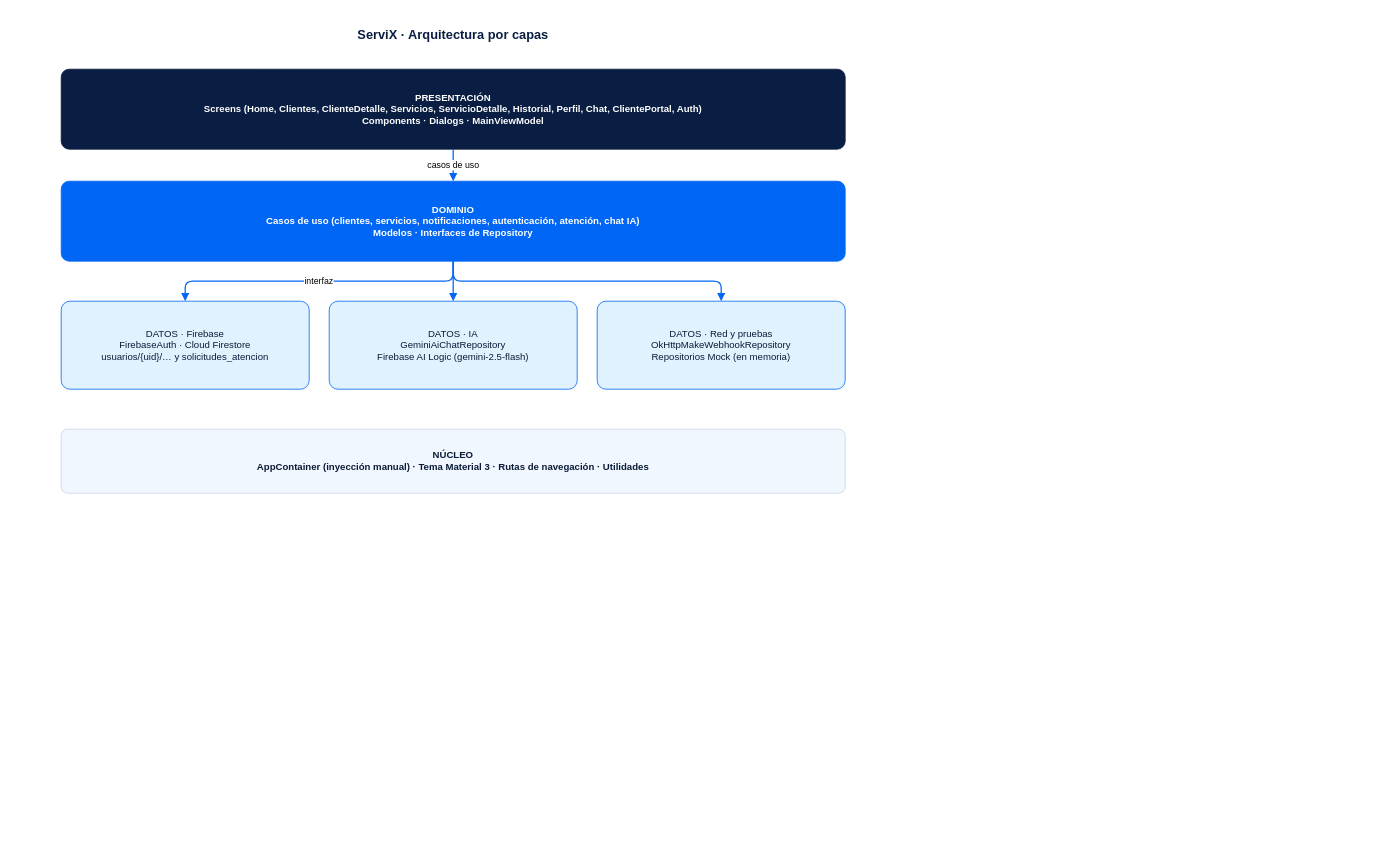
The draw.io diagram DOCUMENTACION_SERVIX/04_Arquitectura_Diagramas/Drawio/02_Arquitectura_Capas.drawio in JuanXD2201/ServiX, before the edit. Source tidied: cells renumbered, new cells numbered last; positions are measured from the earlier drawing's top-left corner, leaving out a move shared by most shapes. Both pictures are drawn from the tidied source at 80%, with x=0, y=0 at pixel (29, 21).
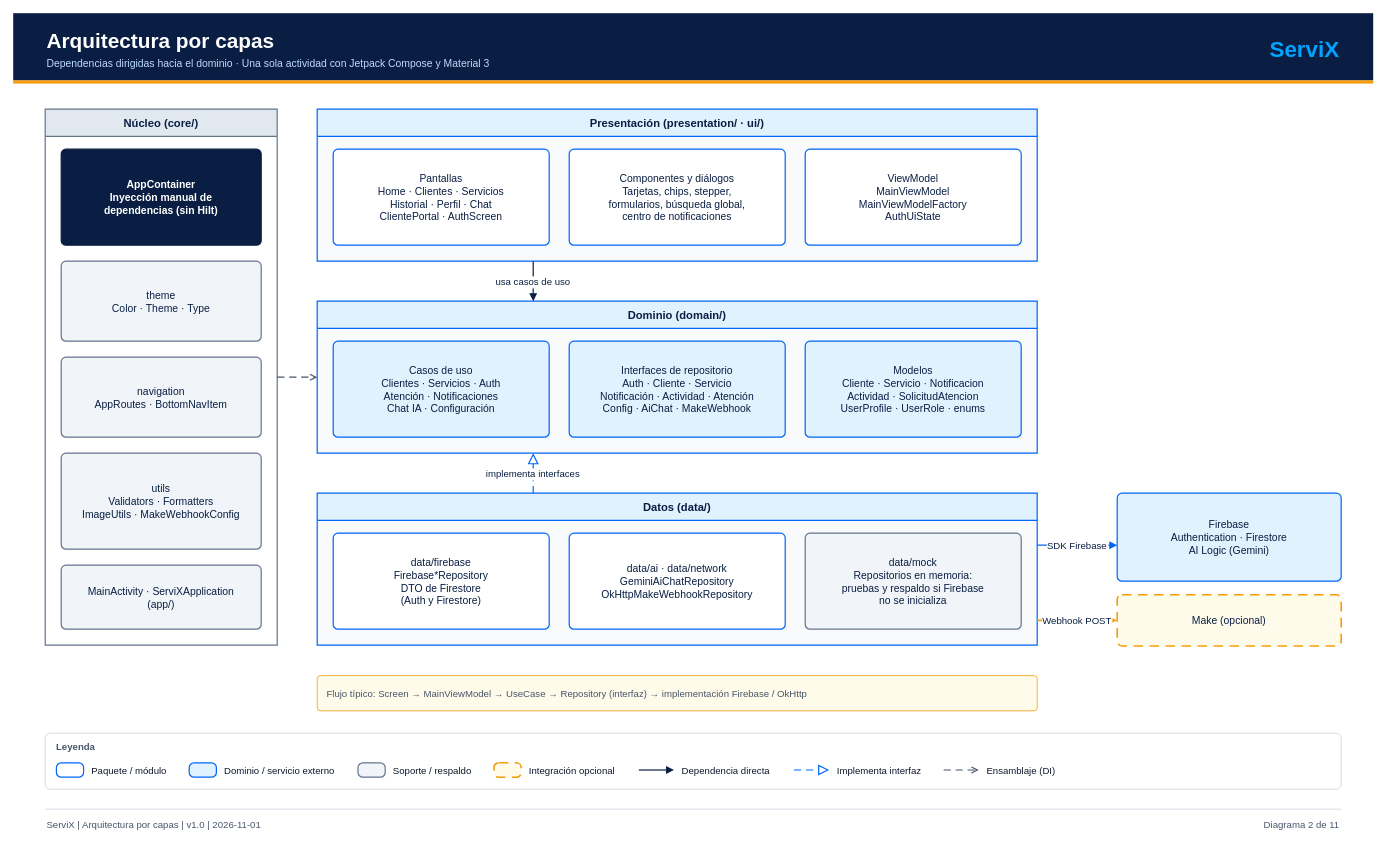
The same diagram, later.

Diff of the diagram source:
```diff
@@
-    <mxCell id="2" value="ServiX · Arquitectura por capas" style="rounded=0;whiteSpace=wrap;html=1;fillColor=#FFFFFF;strokeColor=#FFFFFF;fontColor=#091E42;fontSize=16;fontStyle=1;align=center;verticalAlign=middle;" parent="1" vertex="1">
-      <mxGeometry width="1060" height="34" as="geometry" />
-    </mxCell>
-    <mxCell id="3" value="PRESENTACIÓN&lt;br&gt;Screens (Home, Clientes, ClienteDetalle, Servicios, ServicioDetalle, Historial, Perfil, Chat, ClientePortal, Auth)&lt;br&gt;Components · Dialogs · MainViewModel" style="rounded=1;arcSize=10;whiteSpace=wrap;html=1;fillColor=#091E42;strokeColor=#091E42;fontColor=#FFFFFF;fontSize=12;fontStyle=1;align=center;verticalAlign=middle;" parent="1" vertex="1">
-      <mxGeometry x="40" y="60" width="980" height="100" as="geometry" />
-    </mxCell>
-    <mxCell id="4" value="DOMINIO&lt;br&gt;Casos de uso (clientes, servicios, notificaciones, autenticación, atención, chat IA)&lt;br&gt;Modelos · Interfaces de Repository" style="rounded=1;arcSize=10;whiteSpace=wrap;html=1;fillColor=#0066F5;strokeColor=#0066F5;fontColor=#FFFFFF;fontSize=12;fontStyle=1;align=center;verticalAlign=middle;" parent="1" vertex="1">
-      <mxGeometry x="40" y="200" width="980" height="100" as="geometry" />
-    </mxCell>
-    <mxCell id="5" value="DATOS · Firebase&lt;br&gt;FirebaseAuth · Cloud Firestore&lt;br&gt;usuarios/{uid}/… y solicitudes_atencion" style="rounded=1;arcSize=10;whiteSpace=wrap;html=1;fillColor=#E0F2FE;strokeColor=#0066F5;fontColor=#0B1B36;fontSize=12;fontStyle=0;align=center;verticalAlign=middle;" parent="1" vertex="1">
-      <mxGeometry x="40" y="350" width="310" height="110" as="geometry" />
-    </mxCell>
-    <mxCell id="6" value="DATOS · IA&lt;br&gt;GeminiAiChatRepository&lt;br&gt;Firebase AI Logic (gemini-2.5-flash)" style="rounded=1;arcSize=10;whiteSpace=wrap;html=1;fillColor=#E0F2FE;strokeColor=#0066F5;fontColor=#0B1B36;fontSize=12;fontStyle=0;align=center;verticalAlign=middle;" parent="1" vertex="1">
-      <mxGeometry x="375" y="350" width="310" height="110" as="geometry" />
-    </mxCell>
-    <mxCell id="7" value="DATOS · Red y pruebas&lt;br&gt;OkHttpMakeWebhookRepository&lt;br&gt;Repositorios Mock (en memoria)" style="rounded=1;arcSize=10;whiteSpace=wrap;html=1;fillColor=#E0F2FE;strokeColor=#0066F5;fontColor=#0B1B36;fontSize=12;fontStyle=0;align=center;verticalAlign=middle;" parent="1" vertex="1">
-      <mxGeometry x="710" y="350" width="310" height="110" as="geometry" />
-    </mxCell>
-    <mxCell id="8" value="NÚCLEO&lt;br&gt;AppContainer (inyección manual) · Tema Material 3 · Rutas de navegación · Utilidades" style="rounded=1;arcSize=10;whiteSpace=wrap;html=1;fillColor=#F0F7FF;strokeColor=#CBD5E1;fontColor=#0B1B36;fontSize=12;fontStyle=1;align=center;verticalAlign=middle;" parent="1" vertex="1">
-      <mxGeometry x="40" y="510" width="980" height="80" as="geometry" />
-    </mxCell>
-    <mxCell id="9" value="casos de uso" style="edgeStyle=orthogonalEdgeStyle;rounded=1;html=1;endArrow=block;strokeColor=#0066F5;strokeWidth=1.6;fontSize=11;" parent="1" edge="1" source="3" target="4">
-      <mxGeometry relative="1" as="geometry" />
-    </mxCell>
-    <mxCell id="10" value="interfaz" style="edgeStyle=orthogonalEdgeStyle;rounded=1;html=1;endArrow=block;strokeColor=#0066F5;strokeWidth=1.6;fontSize=11;" parent="1" edge="1" source="4" target="5">
-      <mxGeometry relative="1" as="geometry" />
-    </mxCell>
-    <mxCell id="11" style="edgeStyle=orthogonalEdgeStyle;rounded=1;html=1;endArrow=block;strokeColor=#0066F5;strokeWidth=1.6;fontSize=11;" parent="1" edge="1" source="4" target="6">
-      <mxGeometry relative="1" as="geometry" />
-    </mxCell>
-    <mxCell id="12" style="edgeStyle=orthogonalEdgeStyle;rounded=1;html=1;endArrow=block;strokeColor=#0066F5;strokeWidth=1.6;fontSize=11;" parent="1" edge="1" source="4" target="7">
-      <mxGeometry relative="1" as="geometry" />
-    </mxCell>
+    <mxCell id="13" style="fillColor=#091E42;strokeColor=none;" parent="1" vertex="1">
+      <mxGeometry x="-20" y="-10" width="1700" height="84" as="geometry" />
+    </mxCell>
+    <mxCell id="14" style="fillColor=#F59E0B;strokeColor=none;" parent="1" vertex="1">
+      <mxGeometry x="-20" y="74" width="1700" height="4" as="geometry" />
+    </mxCell>
+    <mxCell id="15" value="Arquitectura por capas" style="text;fontFamily=Arial;html=0;fontSize=26;align=left;verticalAlign=middle;fontColor=#FFFFFF;fontStyle=1;" parent="1" vertex="1">
+      <mxGeometry x="20" y="4" width="1400" height="36" as="geometry" />
+    </mxCell>
+    <mxCell id="16" value="Dependencias dirigidas hacia el dominio · Una sola actividad con Jetpack Compose y Material 3" style="text;fontFamily=Arial;html=0;fontSize=13;align=left;verticalAlign=middle;fontColor=#BFDBFE;" parent="1" vertex="1">
+      <mxGeometry x="20" y="40" width="1400" height="24" as="geometry" />
+    </mxCell>
+    <mxCell id="17" value="ServiX" style="text;fontFamily=Arial;html=0;fontSize=28;align=right;verticalAlign=middle;fontColor=#00A3FF;fontStyle=1;" parent="1" vertex="1">
+      <mxGeometry x="1440" y="12" width="200" height="40" as="geometry" />
+    </mxCell>
+    <mxCell id="18" style="shape=line;strokeColor=#CBD5E1;strokeWidth=1;" parent="1" vertex="1">
+      <mxGeometry x="20" y="984" width="1620" height="2" as="geometry" />
+    </mxCell>
+    <mxCell id="19" value="ServiX  |  Arquitectura por capas  |  v1.0  |  2026-11-01" style="text;fontFamily=Arial;html=0;fontSize=12;align=left;verticalAlign=middle;fontColor=#475569;" parent="1" vertex="1">
+      <mxGeometry x="20" y="990" width="1400" height="28" as="geometry" />
+    </mxCell>
+    <mxCell id="20" value="Diagrama 2 de 11" style="text;fontFamily=Arial;html=0;fontSize=12;align=right;verticalAlign=middle;fontColor=#475569;" parent="1" vertex="1">
+      <mxGeometry x="1440" y="990" width="200" height="28" as="geometry" />
+    </mxCell>
+    <mxCell id="21" value="Núcleo  (core/)" style="fontFamily=Arial;fontSize=13;html=0;fontColor=#091E42;swimlane;horizontal=1;startSize=34;fillColor=#E2E8F0;swimlaneFillColor=#FFFFFF;strokeColor=#64748B;strokeWidth=1.5;fontStyle=1;fontSize=14;" parent="1" vertex="1">
+      <mxGeometry x="20" y="110" width="290" height="670" as="geometry" />
+    </mxCell>
+    <mxCell id="22" value="AppContainer&#10;Inyección manual de&#10;dependencias (sin Hilt)" style="fontFamily=Arial;fontSize=13;html=0;fontColor=#091E42;rounded=1;absoluteArcSize=1;arcSize=12;fillColor=#091E42;strokeColor=#091E42;strokeWidth=1.5;fontColor=#FFFFFF;fontStyle=1;" parent="1" vertex="1">
+      <mxGeometry x="40" y="160" width="250" height="120" as="geometry" />
+    </mxCell>
+    <mxCell id="23" value="theme&#10;Color · Theme · Type" style="fontFamily=Arial;fontSize=13;html=0;fontColor=#091E42;rounded=1;absoluteArcSize=1;arcSize=12;fillColor=#F1F5F9;strokeColor=#64748B;strokeWidth=1.5;" parent="1" vertex="1">
+      <mxGeometry x="40" y="300" width="250" height="100" as="geometry" />
+    </mxCell>
+    <mxCell id="24" value="navigation&#10;AppRoutes · BottomNavItem" style="fontFamily=Arial;fontSize=13;html=0;fontColor=#091E42;rounded=1;absoluteArcSize=1;arcSize=12;fillColor=#F1F5F9;strokeColor=#64748B;strokeWidth=1.5;" parent="1" vertex="1">
+      <mxGeometry x="40" y="420" width="250" height="100" as="geometry" />
+    </mxCell>
+    <mxCell id="25" value="utils&#10;Validators · Formatters&#10;ImageUtils · MakeWebhookConfig" style="fontFamily=Arial;fontSize=13;html=0;fontColor=#091E42;rounded=1;absoluteArcSize=1;arcSize=12;fillColor=#F1F5F9;strokeColor=#64748B;strokeWidth=1.5;" parent="1" vertex="1">
+      <mxGeometry x="40" y="540" width="250" height="120" as="geometry" />
+    </mxCell>
+    <mxCell id="26" value="MainActivity · ServiXApplication&#10;(app/)" style="fontFamily=Arial;fontSize=13;html=0;fontColor=#091E42;rounded=1;absoluteArcSize=1;arcSize=12;fillColor=#F1F5F9;strokeColor=#64748B;strokeWidth=1.5;" parent="1" vertex="1">
+      <mxGeometry x="40" y="680" width="250" height="80" as="geometry" />
+    </mxCell>
+    <mxCell id="27" value="Presentación  (presentation/ · ui/)" style="fontFamily=Arial;fontSize=13;html=0;fontColor=#091E42;swimlane;horizontal=1;startSize=34;fillColor=#E0F2FE;swimlaneFillColor=#F8FAFC;strokeColor=#0066F5;strokeWidth=1.5;fontStyle=1;fontSize=14;" parent="1" vertex="1">
+      <mxGeometry x="360" y="110" width="900" height="190" as="geometry" />
+    </mxCell>
+    <mxCell id="28" value="Pantallas&#10;Home · Clientes · Servicios&#10;Historial · Perfil · Chat&#10;ClientePortal · AuthScreen" style="fontFamily=Arial;fontSize=13;html=0;fontColor=#091E42;rounded=1;absoluteArcSize=1;arcSize=12;fillColor=#FFFFFF;strokeColor=#0066F5;strokeWidth=1.5;" parent="27" vertex="1">
+      <mxGeometry x="20" y="50" width="270" height="120" as="geometry" />
+    </mxCell>
+    <mxCell id="29" value="Componentes y diálogos&#10;Tarjetas, chips, stepper,&#10;formularios, búsqueda global,&#10;centro de notificaciones" style="fontFamily=Arial;fontSize=13;html=0;fontColor=#091E42;rounded=1;absoluteArcSize=1;arcSize=12;fillColor=#FFFFFF;strokeColor=#0066F5;strokeWidth=1.5;" parent="27" vertex="1">
+      <mxGeometry x="315" y="50" width="270" height="120" as="geometry" />
+    </mxCell>
+    <mxCell id="30" value="ViewModel&#10;MainViewModel&#10;MainViewModelFactory&#10;AuthUiState" style="fontFamily=Arial;fontSize=13;html=0;fontColor=#091E42;rounded=1;absoluteArcSize=1;arcSize=12;fillColor=#FFFFFF;strokeColor=#0066F5;strokeWidth=1.5;" parent="27" vertex="1">
+      <mxGeometry x="610" y="50" width="270" height="120" as="geometry" />
+    </mxCell>
+    <mxCell id="31" value="Dominio  (domain/)" style="fontFamily=Arial;fontSize=13;html=0;fontColor=#091E42;swimlane;horizontal=1;startSize=34;fillColor=#E0F2FE;swimlaneFillColor=#F8FAFC;strokeColor=#0066F5;strokeWidth=1.5;fontStyle=1;fontSize=14;" parent="1" vertex="1">
+      <mxGeometry x="360" y="350" width="900" height="190" as="geometry" />
+    </mxCell>
+    <mxCell id="32" value="Casos de uso&#10;Clientes · Servicios · Auth&#10;Atención · Notificaciones&#10;Chat IA · Configuración" style="fontFamily=Arial;fontSize=13;html=0;fontColor=#091E42;rounded=1;absoluteArcSize=1;arcSize=12;fillColor=#E0F2FE;strokeColor=#0066F5;strokeWidth=1.5;" parent="31" vertex="1">
+      <mxGeometry x="20" y="50" width="270" height="120" as="geometry" />
+    </mxCell>
+    <mxCell id="33" value="Interfaces de repositorio&#10;Auth · Cliente · Servicio&#10;Notificación · Actividad · Atención&#10;Config · AiChat · MakeWebhook" style="fontFamily=Arial;fontSize=13;html=0;fontColor=#091E42;rounded=1;absoluteArcSize=1;arcSize=12;fillColor=#E0F2FE;strokeColor=#0066F5;strokeWidth=1.5;" parent="31" vertex="1">
+      <mxGeometry x="315" y="50" width="270" height="120" as="geometry" />
+    </mxCell>
+    <mxCell id="34" value="Modelos&#10;Cliente · Servicio · Notificacion&#10;Actividad · SolicitudAtencion&#10;UserProfile · UserRole · enums" style="fontFamily=Arial;fontSize=13;html=0;fontColor=#091E42;rounded=1;absoluteArcSize=1;arcSize=12;fillColor=#E0F2FE;strokeColor=#0066F5;strokeWidth=1.5;" parent="31" vertex="1">
+      <mxGeometry x="610" y="50" width="270" height="120" as="geometry" />
+    </mxCell>
+    <mxCell id="35" value="Datos  (data/)" style="fontFamily=Arial;fontSize=13;html=0;fontColor=#091E42;swimlane;horizontal=1;startSize=34;fillColor=#E0F2FE;swimlaneFillColor=#F8FAFC;strokeColor=#0066F5;strokeWidth=1.5;fontStyle=1;fontSize=14;" parent="1" vertex="1">
+      <mxGeometry x="360" y="590" width="900" height="190" as="geometry" />
+    </mxCell>
+    <mxCell id="36" value="data/firebase&#10;Firebase*Repository&#10;DTO de Firestore&#10;(Auth y Firestore)" style="fontFamily=Arial;fontSize=13;html=0;fontColor=#091E42;rounded=1;absoluteArcSize=1;arcSize=12;fillColor=#FFFFFF;strokeColor=#0066F5;strokeWidth=1.5;" parent="35" vertex="1">
+      <mxGeometry x="20" y="50" width="270" height="120" as="geometry" />
+    </mxCell>
+    <mxCell id="37" value="data/ai · data/network&#10;GeminiAiChatRepository&#10;OkHttpMakeWebhookRepository" style="fontFamily=Arial;fontSize=13;html=0;fontColor=#091E42;rounded=1;absoluteArcSize=1;arcSize=12;fillColor=#FFFFFF;strokeColor=#0066F5;strokeWidth=1.5;" parent="35" vertex="1">
+      <mxGeometry x="315" y="50" width="270" height="120" as="geometry" />
+    </mxCell>
+    <mxCell id="38" value="data/mock&#10;Repositorios en memoria:&#10;pruebas y respaldo si Firebase&#10;no se inicializa" style="fontFamily=Arial;fontSize=13;html=0;fontColor=#091E42;rounded=1;absoluteArcSize=1;arcSize=12;fillColor=#F1F5F9;strokeColor=#64748B;strokeWidth=1.5;" parent="35" vertex="1">
+      <mxGeometry x="610" y="50" width="270" height="120" as="geometry" />
+    </mxCell>
+    <mxCell id="39" value="Firebase&#10;Authentication · Firestore&#10;AI Logic (Gemini)" style="fontFamily=Arial;fontSize=13;html=0;fontColor=#091E42;rounded=1;absoluteArcSize=1;arcSize=12;fillColor=#E0F2FE;strokeColor=#0066F5;strokeWidth=1.5;" parent="1" vertex="1">
+      <mxGeometry x="1360" y="590" width="280" height="110" as="geometry" />
+    </mxCell>
+    <mxCell id="40" value="Make (opcional)" style="fontFamily=Arial;fontSize=13;html=0;fontColor=#091E42;rounded=1;absoluteArcSize=1;arcSize=12;fillColor=#FFFBEB;strokeColor=#F59E0B;strokeWidth=2;dashed=1;dashPattern=6 4;" parent="1" vertex="1">
+      <mxGeometry x="1360" y="717" width="280" height="64" as="geometry" />
+    </mxCell>
+    <mxCell id="41" value="Flujo típico:  Screen → MainViewModel → UseCase → Repository (interfaz) → implementación Firebase / OkHttp" style="fontFamily=Arial;fontSize=13;html=0;fontColor=#091E42;rounded=1;absoluteArcSize=1;arcSize=8;fillColor=#FFFBEB;strokeColor=#F59E0B;strokeWidth=1;fontSize=12;align=left;spacingLeft=10;fontColor=#475569;" parent="1" vertex="1">
+      <mxGeometry x="360" y="818" width="900" height="44" as="geometry" />
+    </mxCell>
+    <mxCell id="42" value="usa casos de uso" style="rounded=1;arcSize=16;html=0;fontFamily=Arial;fontSize=12;fontColor=#091E42;labelBackgroundColor=#FFFFFF;strokeWidth=1.5;exitPerimeter=0;entryPerimeter=0;endArrow=block;endFill=1;strokeColor=#091E42;exitX=0.3;exitY=1;entryX=0.3;entryY=0;" parent="1" edge="1" source="27" target="31">
+      <mxGeometry relative="1" as="geometry" />
+    </mxCell>
+    <mxCell id="43" value="implementa interfaces" style="rounded=1;arcSize=16;html=0;fontFamily=Arial;fontSize=12;fontColor=#091E42;labelBackgroundColor=#FFFFFF;strokeWidth=1.5;exitPerimeter=0;entryPerimeter=0;endArrow=block;endFill=0;dashed=1;dashPattern=6 4;strokeColor=#0066F5;endSize=10;exitX=0.3;exitY=0;entryX=0.3;entryY=1;" parent="1" edge="1" source="35" target="31">
+      <mxGeometry relative="1" as="geometry" />
+    </mxCell>
+    <mxCell id="44" style="rounded=1;arcSize=16;html=0;fontFamily=Arial;fontSize=12;fontColor=#091E42;labelBackgroundColor=#FFFFFF;strokeWidth=1.5;exitPerimeter=0;entryPerimeter=0;endArrow=open;endFill=0;dashed=1;dashPattern=6 4;strokeColor=#475569;exitX=1;exitY=0.5;entryX=0;entryY=0.5;" parent="1" edge="1" source="21" target="31">
+      <mxGeometry relative="1" as="geometry" />
+    </mxCell>
+    <mxCell id="45" value="SDK Firebase" style="rounded=1;arcSize=16;html=0;fontFamily=Arial;fontSize=12;fontColor=#091E42;labelBackgroundColor=#FFFFFF;strokeWidth=1.5;exitPerimeter=0;entryPerimeter=0;endArrow=block;endFill=1;strokeColor=#0066F5;exitX=1;exitY=0.342105;entryX=0;entryY=0.590909;" parent="1" edge="1" source="35" target="39">
+      <mxGeometry relative="1" as="geometry" />
+    </mxCell>
+    <mxCell id="46" value="Webhook POST" style="rounded=1;arcSize=16;html=0;fontFamily=Arial;fontSize=12;fontColor=#091E42;labelBackgroundColor=#FFFFFF;strokeWidth=1.5;exitPerimeter=0;entryPerimeter=0;endArrow=block;endFill=1;dashed=1;dashPattern=6 4;strokeColor=#F59E0B;strokeWidth=2;exitX=1;exitY=0.836842;entryX=0;entryY=0.5;" parent="1" edge="1" source="35" target="40">
+      <mxGeometry relative="1" as="geometry" />
+    </mxCell>
+    <mxCell id="47" style="fontFamily=Arial;fontSize=13;html=0;fontColor=#091E42;rounded=1;absoluteArcSize=1;arcSize=12;fillColor=#FFFFFF;strokeColor=#CBD5E1;strokeWidth=1;" parent="1" vertex="1">
+      <mxGeometry x="20" y="890" width="1620" height="70" as="geometry" />
+    </mxCell>
+    <mxCell id="48" value="Leyenda" style="text;fontFamily=Arial;html=0;fontSize=12;align=left;verticalAlign=middle;fontColor=#475569;fontStyle=1;" parent="1" vertex="1">
+      <mxGeometry x="32" y="894" width="200" height="24" as="geometry" />
+    </mxCell>
+    <mxCell id="49" style="fontFamily=Arial;fontSize=13;html=0;fontColor=#091E42;rounded=1;absoluteArcSize=1;arcSize=12;fillColor=#FFFFFF;strokeColor=#0066F5;strokeWidth=1.5;" parent="1" vertex="1">
+      <mxGeometry x="34" y="927" width="34" height="18" as="geometry" />
+    </mxCell>
+    <mxCell id="50" value="Paquete / módulo" style="text;fontFamily=Arial;html=0;fontSize=12;align=left;verticalAlign=middle;fontColor=#0F172A;" parent="1" vertex="1">
+      <mxGeometry x="76" y="924" width="108" height="24" as="geometry" />
+    </mxCell>
+    <mxCell id="51" style="fontFamily=Arial;fontSize=13;html=0;fontColor=#091E42;rounded=1;absoluteArcSize=1;arcSize=12;fillColor=#E0F2FE;strokeColor=#0066F5;strokeWidth=1.5;" parent="1" vertex="1">
+      <mxGeometry x="200" y="927" width="34" height="18" as="geometry" />
+    </mxCell>
+    <mxCell id="52" value="Dominio / servicio externo" style="text;fontFamily=Arial;html=0;fontSize=12;align=left;verticalAlign=middle;fontColor=#0F172A;" parent="1" vertex="1">
+      <mxGeometry x="242" y="924" width="153" height="24" as="geometry" />
+    </mxCell>
+    <mxCell id="53" style="fontFamily=Arial;fontSize=13;html=0;fontColor=#091E42;rounded=1;absoluteArcSize=1;arcSize=12;fillColor=#F1F5F9;strokeColor=#64748B;strokeWidth=1.5;" parent="1" vertex="1">
+      <mxGeometry x="411" y="927" width="34" height="18" as="geometry" />
+    </mxCell>
+    <mxCell id="54" value="Soporte / respaldo" style="text;fontFamily=Arial;html=0;fontSize=12;align=left;verticalAlign=middle;fontColor=#0F172A;" parent="1" vertex="1">
+      <mxGeometry x="453" y="924" width="112" height="24" as="geometry" />
+    </mxCell>
+    <mxCell id="55" style="fontFamily=Arial;fontSize=13;html=0;fontColor=#091E42;rounded=1;absoluteArcSize=1;arcSize=12;fillColor=#FFFBEB;strokeColor=#F59E0B;strokeWidth=2;dashed=1;dashPattern=6 4;" parent="1" vertex="1">
+      <mxGeometry x="581" y="927" width="34" height="18" as="geometry" />
+    </mxCell>
+    <mxCell id="56" value="Integración opcional" style="text;fontFamily=Arial;html=0;fontSize=12;align=left;verticalAlign=middle;fontColor=#0F172A;" parent="1" vertex="1">
+      <mxGeometry x="623" y="924" width="123" height="24" as="geometry" />
+    </mxCell>
+    <mxCell id="57" style="rounded=1;arcSize=16;html=0;fontFamily=Arial;fontSize=12;fontColor=#091E42;labelBackgroundColor=#FFFFFF;strokeWidth=1.5;exitPerimeter=0;entryPerimeter=0;endArrow=block;endFill=1;strokeColor=#091E42;" parent="1" edge="1">
+      <mxGeometry relative="1" as="geometry">
+        <mxPoint x="762" y="936" as="sourcePoint" />
+        <mxPoint x="806" y="936" as="targetPoint" />
+      </mxGeometry>
+    </mxCell>
+    <mxCell id="58" value="Dependencia directa" style="text;fontFamily=Arial;html=0;fontSize=12;align=left;verticalAlign=middle;fontColor=#0F172A;" parent="1" vertex="1">
+      <mxGeometry x="814" y="924" width="126" height="24" as="geometry" />
+    </mxCell>
+    <mxCell id="59" style="rounded=1;arcSize=16;html=0;fontFamily=Arial;fontSize=12;fontColor=#091E42;labelBackgroundColor=#FFFFFF;strokeWidth=1.5;exitPerimeter=0;entryPerimeter=0;endArrow=block;endFill=0;dashed=1;dashPattern=6 4;strokeColor=#0066F5;endSize=10;" parent="1" edge="1">
+      <mxGeometry relative="1" as="geometry">
+        <mxPoint x="956" y="936" as="sourcePoint" />
+        <mxPoint x="1000" y="936" as="targetPoint" />
+      </mxGeometry>
+    </mxCell>
+    <mxCell id="60" value="Implementa interfaz" style="text;fontFamily=Arial;html=0;fontSize=12;align=left;verticalAlign=middle;fontColor=#0F172A;" parent="1" vertex="1">
+      <mxGeometry x="1008" y="924" width="119" height="24" as="geometry" />
+    </mxCell>
+    <mxCell id="61" style="rounded=1;arcSize=16;html=0;fontFamily=Arial;fontSize=12;fontColor=#091E42;labelBackgroundColor=#FFFFFF;strokeWidth=1.5;exitPerimeter=0;entryPerimeter=0;endArrow=open;endFill=0;dashed=1;dashPattern=6 4;strokeColor=#475569;" parent="1" edge="1">
+      <mxGeometry relative="1" as="geometry">
+        <mxPoint x="1143" y="936" as="sourcePoint" />
+        <mxPoint x="1187" y="936" as="targetPoint" />
+      </mxGeometry>
+    </mxCell>
+    <mxCell id="62" value="Ensamblaje (DI)" style="text;fontFamily=Arial;html=0;fontSize=12;align=left;verticalAlign=middle;fontColor=#0F172A;" parent="1" vertex="1">
+      <mxGeometry x="1195" y="924" width="100" height="24" as="geometry" />
+    </mxCell>
```
